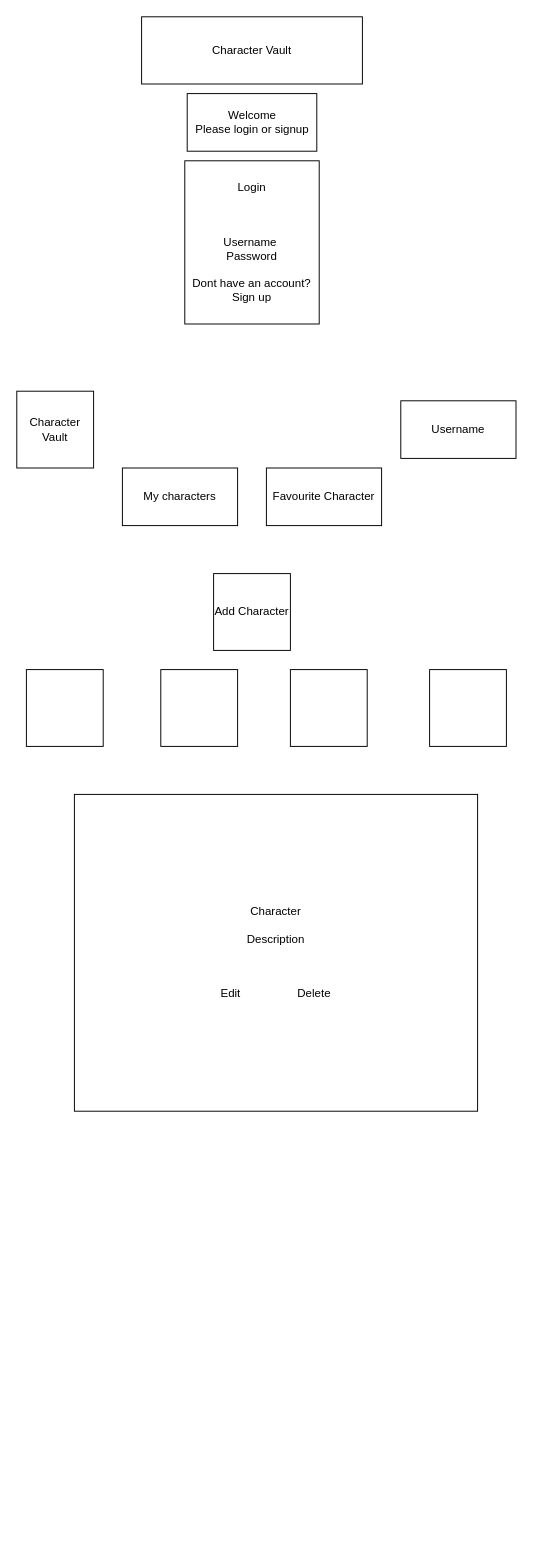
Above: layout.drawio in lyssandraa/Character-library-plan (draw.io), before the change. Source tidied: cells renumbered, new cells numbered last; positions are measured from the earlier drawing's top-left corner, leaving out a move shared by most shapes. Both pictures are drawn from the tidied source at 96%, with x=0, y=0 at pixel (16, 16).
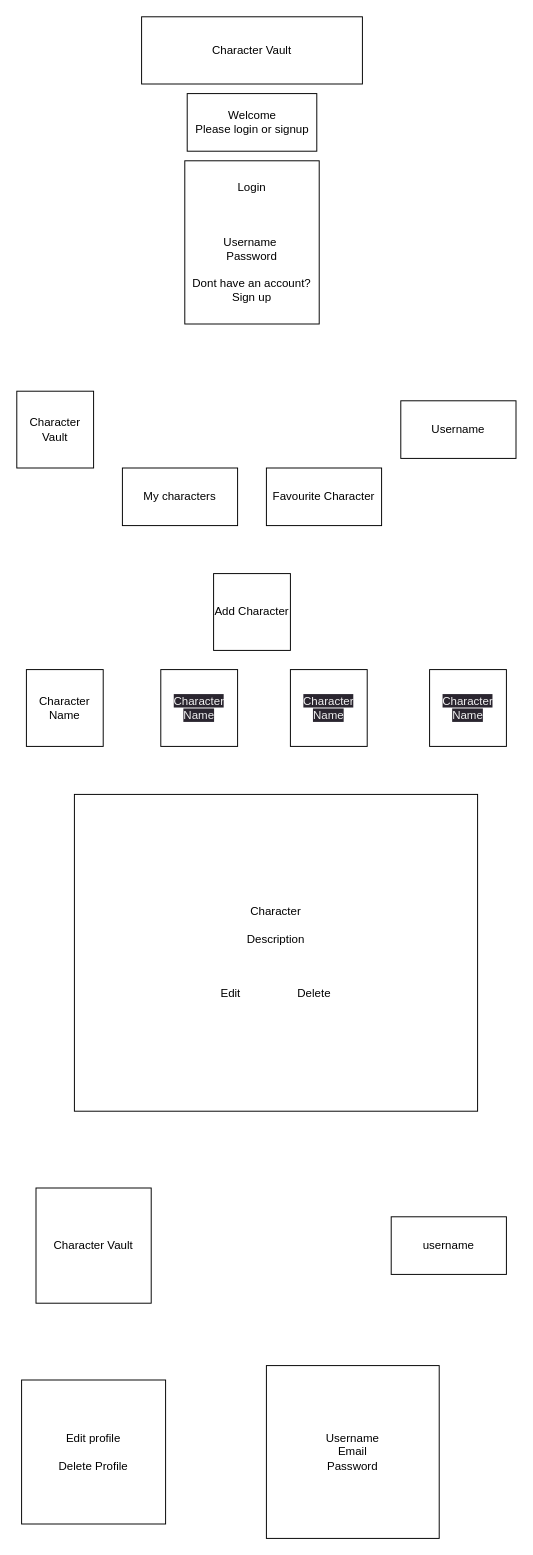
The same page after the edit.

The edit, as a diff of the source:
```diff
@@
 <mxGraphModel>
   <root>
     <mxCell id="0" />
     <mxCell id="1" parent="0" />
     <mxCell id="2" value="Character Vault" style="rounded=0;whiteSpace=wrap;html=1;" parent="1" vertex="1">
       <mxGeometry x="130" width="230" height="70" as="geometry" />
     </mxCell>
     <mxCell id="3" value="Login&lt;br&gt;&lt;br&gt;&lt;br&gt;&lt;br&gt;Username&amp;nbsp;&lt;br&gt;Password&lt;br&gt;&lt;br&gt;Dont have an account? Sign up" style="rounded=0;whiteSpace=wrap;html=1;" parent="1" vertex="1">
       <mxGeometry x="175" y="150" width="140" height="170" as="geometry" />
     </mxCell>
     <mxCell id="4" value="Welcome&lt;br&gt;Please login or signup" style="rounded=0;whiteSpace=wrap;html=1;" parent="1" vertex="1">
       <mxGeometry x="177.5" y="80" width="135" height="60" as="geometry" />
     </mxCell>
     <mxCell id="5" value="Character Vault" style="whiteSpace=wrap;html=1;" parent="1" vertex="1">
       <mxGeometry y="390" width="80" height="80" as="geometry" />
     </mxCell>
     <mxCell id="6" value="Username" style="rounded=0;whiteSpace=wrap;html=1;" parent="1" vertex="1">
       <mxGeometry x="400" y="400" width="120" height="60" as="geometry" />
     </mxCell>
     <mxCell id="7" value="My characters" style="rounded=0;whiteSpace=wrap;html=1;" parent="1" vertex="1">
       <mxGeometry x="110" y="470" width="120" height="60" as="geometry" />
     </mxCell>
     <mxCell id="8" value="Favourite Character" style="rounded=0;whiteSpace=wrap;html=1;" parent="1" vertex="1">
       <mxGeometry x="260" y="470" width="120" height="60" as="geometry" />
     </mxCell>
     <mxCell id="9" value="Add Character" style="whiteSpace=wrap;html=1;" parent="1" vertex="1">
       <mxGeometry x="205" y="580" width="80" height="80" as="geometry" />
     </mxCell>
-    <mxCell id="10" style="whiteSpace=wrap;html=1;" parent="1" vertex="1">
+    <mxCell id="10" value="&lt;span style=&quot;color: rgb(240, 240, 240); font-family: Helvetica; font-size: 12px; font-style: normal; font-variant-ligatures: normal; font-variant-caps: normal; font-weight: 400; letter-spacing: normal; orphans: 2; text-align: center; text-indent: 0px; text-transform: none; widows: 2; word-spacing: 0px; -webkit-text-stroke-width: 0px; background-color: rgb(42, 37, 47); text-decoration-thickness: initial; text-decoration-style: initial; text-decoration-color: initial; float: none; display: inline !important;&quot;&gt;Character Name&lt;/span&gt;" style="whiteSpace=wrap;html=1;" parent="1" vertex="1">
       <mxGeometry x="430" y="680" width="80" height="80" as="geometry" />
     </mxCell>
-    <mxCell id="11" style="whiteSpace=wrap;html=1;" parent="1" vertex="1">
+    <mxCell id="11" value="&lt;span style=&quot;color: rgb(240, 240, 240); font-family: Helvetica; font-size: 12px; font-style: normal; font-variant-ligatures: normal; font-variant-caps: normal; font-weight: 400; letter-spacing: normal; orphans: 2; text-align: center; text-indent: 0px; text-transform: none; widows: 2; word-spacing: 0px; -webkit-text-stroke-width: 0px; background-color: rgb(42, 37, 47); text-decoration-thickness: initial; text-decoration-style: initial; text-decoration-color: initial; float: none; display: inline !important;&quot;&gt;Character Name&lt;/span&gt;" style="whiteSpace=wrap;html=1;" parent="1" vertex="1">
       <mxGeometry x="285" y="680" width="80" height="80" as="geometry" />
     </mxCell>
-    <mxCell id="12" style="whiteSpace=wrap;html=1;" parent="1" vertex="1">
+    <mxCell id="12" value="&lt;span style=&quot;color: rgb(240, 240, 240); font-family: Helvetica; font-size: 12px; font-style: normal; font-variant-ligatures: normal; font-variant-caps: normal; font-weight: 400; letter-spacing: normal; orphans: 2; text-align: center; text-indent: 0px; text-transform: none; widows: 2; word-spacing: 0px; -webkit-text-stroke-width: 0px; background-color: rgb(42, 37, 47); text-decoration-thickness: initial; text-decoration-style: initial; text-decoration-color: initial; float: none; display: inline !important;&quot;&gt;Character Name&lt;/span&gt;" style="whiteSpace=wrap;html=1;" parent="1" vertex="1">
       <mxGeometry x="150" y="680" width="80" height="80" as="geometry" />
     </mxCell>
-    <mxCell id="13" style="whiteSpace=wrap;html=1;" parent="1" vertex="1">
+    <mxCell id="13" value="Character Name" style="whiteSpace=wrap;html=1;" parent="1" vertex="1">
       <mxGeometry x="10" y="680" width="80" height="80" as="geometry" />
     </mxCell>
     <mxCell id="14" value="Character&lt;br&gt;&lt;br&gt;Description&lt;br&gt;&lt;br&gt;&lt;br&gt;&lt;br&gt;Edit&amp;nbsp;&lt;span style=&quot;white-space: pre;&quot;&gt;&#9;&lt;/span&gt;&lt;span style=&quot;white-space: pre;&quot;&gt;&#9;&lt;/span&gt;&lt;span style=&quot;white-space: pre;&quot;&gt;&#9;&lt;/span&gt;Delete" style="rounded=0;whiteSpace=wrap;html=1;" parent="1" vertex="1">
       <mxGeometry x="60" y="810" width="420" height="330" as="geometry" />
     </mxCell>
+    <mxCell id="15" value="Character Vault" style="whiteSpace=wrap;html=1;" parent="1" vertex="1">
+      <mxGeometry x="20" y="1220" width="120" height="120" as="geometry" />
+    </mxCell>
+    <mxCell id="16" value="username" style="rounded=0;whiteSpace=wrap;html=1;" parent="1" vertex="1">
+      <mxGeometry x="390" y="1250" width="120" height="60" as="geometry" />
+    </mxCell>
+    <mxCell id="17" value="Edit profile&lt;br&gt;&lt;br&gt;Delete Profile" style="whiteSpace=wrap;html=1;" parent="1" vertex="1">
+      <mxGeometry x="5" y="1420" width="150" height="150" as="geometry" />
+    </mxCell>
+    <mxCell id="18" value="Username&lt;br&gt;Email&lt;br&gt;Password" style="whiteSpace=wrap;html=1;" parent="1" vertex="1">
+      <mxGeometry x="260" y="1405" width="180" height="180" as="geometry" />
+    </mxCell>
   </root>
 </mxGraphModel>
```
